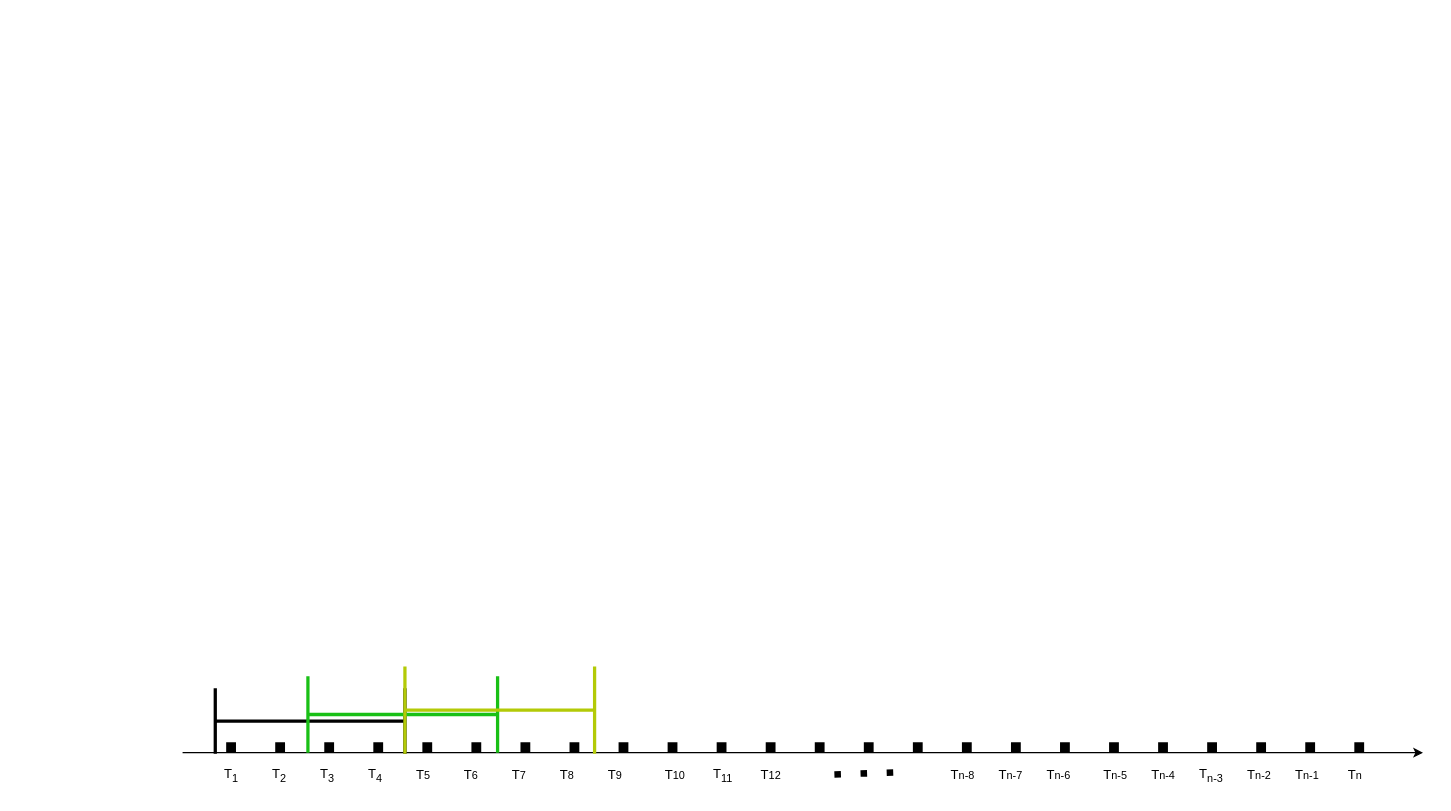
The draw.io diagram page "第 3 页" (3 of 3) of 系统架构图.drawio in LiLiJacky/graphData, before the edit. Source tidied: cells renumbered, new cells numbered last; positions are measured from the earlier drawing's top-left corner, leaving out a move shared by most shapes. Both pictures are drawn from the tidied source at 109%, with x=0, y=0 at pixel (182, 666).
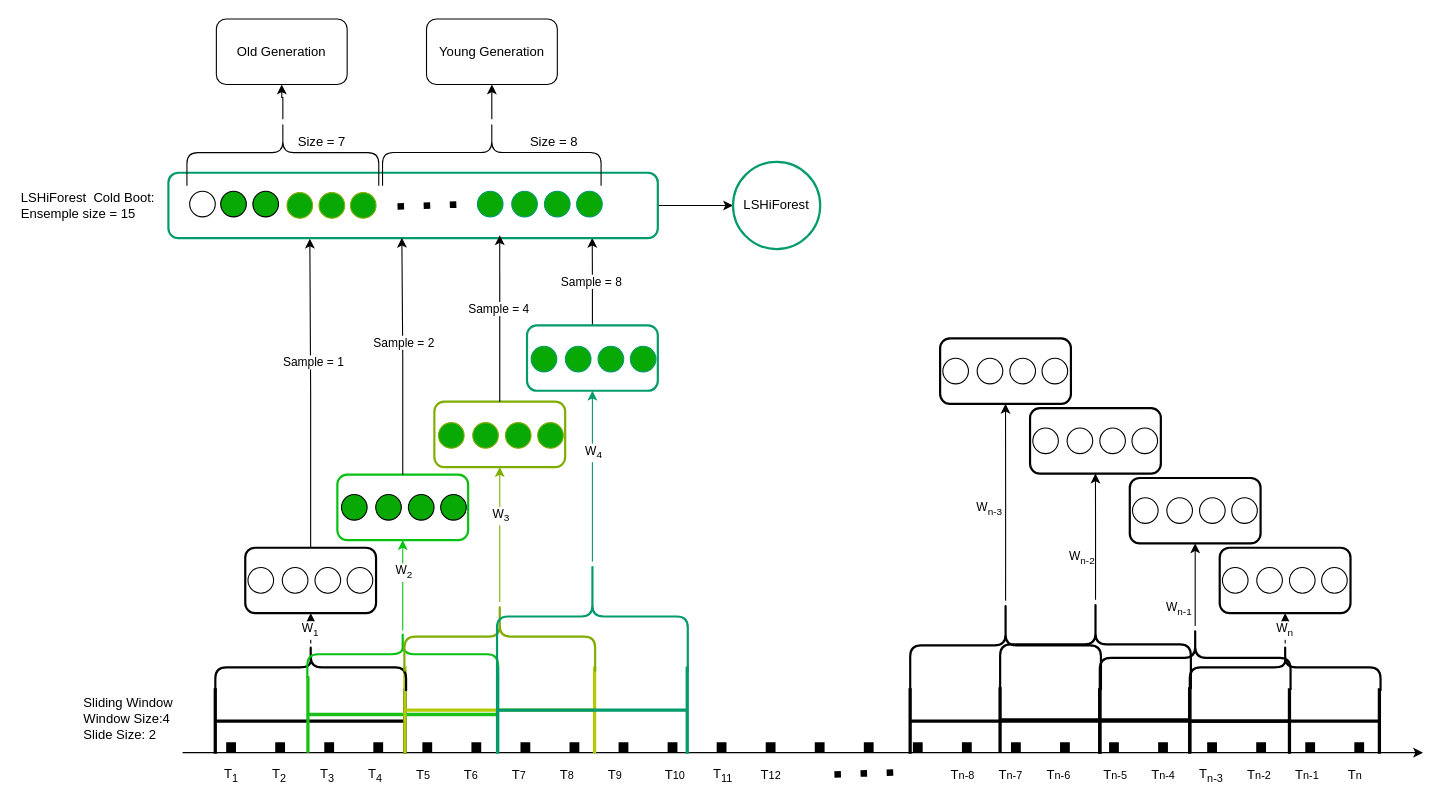
The same page after the edit.

Commit message (it also covers changes not shown here):
更新系统架构图.drawio

The edit, as a diff of the source:
```diff
@@
+    <mxCell id="29" style="edgeStyle=orthogonalEdgeStyle;rounded=0;jettySize=auto;html=1;" parent="1" edge="1" source="31" target="32">
+      <mxGeometry relative="1" as="geometry" />
+    </mxCell>
+    <mxCell id="30" value="W&lt;sub&gt;1&lt;/sub&gt;" style="edgeLabel;html=1;align=center;verticalAlign=middle;" parent="29" vertex="1">
+      <mxGeometry x="-0.36" y="1" relative="1" as="geometry">
+        <mxPoint y="-3" as="offset" />
+      </mxGeometry>
+    </mxCell>
+    <mxCell id="31" style="shape=curlyBracket;whiteSpace=wrap;html=1;rounded=1;labelPosition=left;verticalLabelPosition=middle;align=right;verticalAlign=middle;rotation=90;strokeWidth=2;" parent="1" vertex="1">
+      <mxGeometry x="95.8" y="-86.8" width="43.5" height="175" as="geometry" />
+    </mxCell>
+    <mxCell id="32" style="whiteSpace=wrap;html=1;align=right;rounded=1;strokeWidth=2;" parent="1" vertex="1">
+      <mxGeometry x="57.5" y="-109" width="120" height="60" as="geometry" />
+    </mxCell>
+    <mxCell id="33" style="ellipse;whiteSpace=wrap;html=1;" parent="1" vertex="1">
+      <mxGeometry x="60" y="-90.8" width="23.5" height="23.5" as="geometry" />
+    </mxCell>
+    <mxCell id="34" style="ellipse;whiteSpace=wrap;html=1;" parent="1" vertex="1">
+      <mxGeometry x="91.5" y="-90.8" width="23.5" height="23.5" as="geometry" />
+    </mxCell>
+    <mxCell id="35" style="ellipse;whiteSpace=wrap;html=1;" parent="1" vertex="1">
+      <mxGeometry x="151" y="-90.8" width="23.5" height="23.5" as="geometry" />
+    </mxCell>
+    <mxCell id="36" style="ellipse;whiteSpace=wrap;html=1;" parent="1" vertex="1">
+      <mxGeometry x="121.5" y="-90.8" width="23.5" height="23.5" as="geometry" />
+    </mxCell>
+    <mxCell id="37" style="edgeStyle=orthogonalEdgeStyle;rounded=0;jettySize=auto;html=1;strokeColor=#06c112;" parent="1" edge="1" source="39" target="40">
+      <mxGeometry relative="1" as="geometry" />
+    </mxCell>
+    <mxCell id="38" value="W&lt;sub&gt;2&lt;/sub&gt;" style="edgeLabel;html=1;align=center;verticalAlign=middle;" parent="37" vertex="1">
+      <mxGeometry x="0.26" y="3" relative="1" as="geometry">
+        <mxPoint x="3" y="-1" as="offset" />
+      </mxGeometry>
+    </mxCell>
+    <mxCell id="39" style="shape=curlyBracket;whiteSpace=wrap;html=1;rounded=1;labelPosition=left;verticalLabelPosition=middle;align=right;verticalAlign=middle;rotation=90;strokeWidth=2;strokeColor=#06c112;" parent="1" vertex="1">
+      <mxGeometry x="180.2" y="-98.8" width="43.5" height="175" as="geometry" />
+    </mxCell>
+    <mxCell id="40" style="whiteSpace=wrap;html=1;align=right;rounded=1;strokeWidth=2;strokeColor=#06c112;" parent="1" vertex="1">
+      <mxGeometry x="142" y="-176" width="120" height="60" as="geometry" />
+    </mxCell>
+    <mxCell id="41" style="ellipse;whiteSpace=wrap;html=1;fillColor=#08a805;" parent="1" vertex="1">
+      <mxGeometry x="145.8" y="-157.8" width="23.5" height="23.5" as="geometry" />
+    </mxCell>
+    <mxCell id="42" style="ellipse;whiteSpace=wrap;html=1;fillColor=#08a805;" parent="1" vertex="1">
+      <mxGeometry x="177.2" y="-157.8" width="23.5" height="23.5" as="geometry" />
+    </mxCell>
+    <mxCell id="43" style="ellipse;whiteSpace=wrap;html=1;fillColor=#08a805;" parent="1" vertex="1">
+      <mxGeometry x="236.8" y="-157.8" width="23.5" height="23.5" as="geometry" />
+    </mxCell>
+    <mxCell id="44" style="ellipse;whiteSpace=wrap;html=1;fillColor=#08a805;" parent="1" vertex="1">
+      <mxGeometry x="207.2" y="-157.8" width="23.5" height="23.5" as="geometry" />
+    </mxCell>
+    <mxCell id="45" style="edgeStyle=orthogonalEdgeStyle;rounded=0;jettySize=auto;html=1;strokeColor=#7fad01;" parent="1" edge="1" source="47" target="48">
+      <mxGeometry relative="1" as="geometry" />
+    </mxCell>
+    <mxCell id="46" value="W&lt;sub&gt;3&lt;/sub&gt;" style="edgeLabel;html=1;align=center;verticalAlign=middle;" parent="45" vertex="1">
+      <mxGeometry x="0.26" y="3" relative="1" as="geometry">
+        <mxPoint x="3" y="-1" as="offset" />
+      </mxGeometry>
+    </mxCell>
+    <mxCell id="47" style="shape=curlyBracket;whiteSpace=wrap;html=1;rounded=1;labelPosition=left;verticalLabelPosition=middle;align=right;verticalAlign=middle;rotation=90;strokeWidth=2;strokeColor=#7fad01;" parent="1" vertex="1">
+      <mxGeometry x="259.1" y="-114.9" width="63.8" height="175" as="geometry" />
+    </mxCell>
+    <mxCell id="48" style="whiteSpace=wrap;html=1;align=right;rounded=1;strokeWidth=2;strokeColor=#7fad01;" parent="1" vertex="1">
+      <mxGeometry x="231" y="-243" width="120" height="60" as="geometry" />
+    </mxCell>
+    <mxCell id="49" style="ellipse;whiteSpace=wrap;html=1;fillColor=#08a805;strokeColor=#7fad01;" parent="1" vertex="1">
+      <mxGeometry x="234.8" y="-223.8" width="23.5" height="23.5" as="geometry" />
+    </mxCell>
+    <mxCell id="50" style="ellipse;whiteSpace=wrap;html=1;fillColor=#08a805;strokeColor=#7fad01;" parent="1" vertex="1">
+      <mxGeometry x="266.2" y="-223.8" width="23.5" height="23.5" as="geometry" />
+    </mxCell>
+    <mxCell id="51" style="ellipse;whiteSpace=wrap;html=1;fillColor=#08a805;strokeColor=#7fad01;" parent="1" vertex="1">
+      <mxGeometry x="325.8" y="-223.8" width="23.5" height="23.5" as="geometry" />
+    </mxCell>
+    <mxCell id="52" style="ellipse;whiteSpace=wrap;html=1;fillColor=#08a805;strokeColor=#7fad01;" parent="1" vertex="1">
+      <mxGeometry x="296.2" y="-223.8" width="23.5" height="23.5" as="geometry" />
+    </mxCell>
+    <mxCell id="53" value="&lt;div style=&quot;text-align: left;&quot;&gt;&lt;span style=&quot;background-color: initial;&quot;&gt;Sliding Window&lt;/span&gt;&lt;/div&gt;&lt;div style=&quot;text-align: left;&quot;&gt;&lt;span style=&quot;background-color: initial;&quot;&gt;Window Size:4&lt;/span&gt;&lt;/div&gt;&lt;div style=&quot;text-align: left;&quot;&gt;&lt;span style=&quot;background-color: initial;&quot;&gt;Slide Size: 2&lt;/span&gt;&lt;/div&gt;" style="text;html=1;strokeColor=none;fillColor=none;align=center;verticalAlign=middle;whiteSpace=wrap;rounded=0;" parent="1" vertex="1">
+      <mxGeometry x="-98" y="16" width="97" height="63" as="geometry" />
+    </mxCell>
+    <mxCell id="54" style="shape=crossbar;whiteSpace=wrap;html=1;rounded=1;strokeWidth=3;strokeColor=#039b6d;" parent="1" vertex="1">
+      <mxGeometry x="289" width="174" height="80" as="geometry" />
+    </mxCell>
+    <mxCell id="55" style="edgeStyle=orthogonalEdgeStyle;rounded=0;jettySize=auto;html=1;strokeColor=#039b6d;" parent="1" edge="1" source="57" target="60">
+      <mxGeometry relative="1" as="geometry" />
+    </mxCell>
+    <mxCell id="56" value="W&lt;sub&gt;4&lt;/sub&gt;" style="edgeLabel;html=1;align=center;verticalAlign=middle;" parent="55" vertex="1">
+      <mxGeometry x="0.26" y="3" relative="1" as="geometry">
+        <mxPoint x="3" y="-1" as="offset" />
+      </mxGeometry>
+    </mxCell>
+    <mxCell id="57" style="shape=curlyBracket;whiteSpace=wrap;html=1;rounded=1;labelPosition=left;verticalLabelPosition=middle;align=right;verticalAlign=middle;rotation=90;strokeWidth=2;strokeColor=#039b6d;" parent="1" vertex="1">
+      <mxGeometry x="325.6" y="-133.4" width="100.8" height="175" as="geometry" />
+    </mxCell>
+    <mxCell id="58" style="edgeStyle=orthogonalEdgeStyle;rounded=0;jettySize=auto;html=1;entryX=0.866;entryY=0.995;entryDx=0;entryDy=0;entryPerimeter=0;" parent="1" edge="1" source="60" target="66">
+      <mxGeometry relative="1" as="geometry" />
+    </mxCell>
+    <mxCell id="59" value="Sample = 8" style="edgeLabel;html=1;align=center;verticalAlign=middle;" parent="58" vertex="1">
+      <mxGeometry x="0.02" y="1" relative="1" as="geometry" />
+    </mxCell>
+    <mxCell id="60" style="whiteSpace=wrap;html=1;align=right;rounded=1;strokeWidth=2;strokeColor=#039b6d;" parent="1" vertex="1">
+      <mxGeometry x="316" y="-313" width="120" height="60" as="geometry" />
+    </mxCell>
+    <mxCell id="61" style="ellipse;whiteSpace=wrap;html=1;fillColor=#08a805;strokeColor=#039b6d;" parent="1" vertex="1">
+      <mxGeometry x="319.8" y="-293.8" width="23.5" height="23.5" as="geometry" />
+    </mxCell>
+    <mxCell id="62" style="ellipse;whiteSpace=wrap;html=1;fillColor=#08a805;strokeColor=#039b6d;" parent="1" vertex="1">
+      <mxGeometry x="351.2" y="-293.8" width="23.5" height="23.5" as="geometry" />
+    </mxCell>
+    <mxCell id="63" style="ellipse;whiteSpace=wrap;html=1;fillColor=#08a805;strokeColor=#039b6d;" parent="1" vertex="1">
+      <mxGeometry x="410.8" y="-293.8" width="23.5" height="23.5" as="geometry" />
+    </mxCell>
+    <mxCell id="64" style="ellipse;whiteSpace=wrap;html=1;fillColor=#08a805;strokeColor=#039b6d;" parent="1" vertex="1">
+      <mxGeometry x="381.2" y="-293.8" width="23.5" height="23.5" as="geometry" />
+    </mxCell>
+    <mxCell id="65" style="edgeStyle=orthogonalEdgeStyle;rounded=0;jettySize=auto;html=1;" parent="1" edge="1" source="66" target="93">
+      <mxGeometry relative="1" as="geometry" />
+    </mxCell>
+    <mxCell id="66" style="whiteSpace=wrap;html=1;align=right;rounded=1;strokeWidth=2;strokeColor=#039b6d;" parent="1" vertex="1">
+      <mxGeometry x="-13" y="-453" width="449" height="60" as="geometry" />
+    </mxCell>
+    <mxCell id="67" style="edgeStyle=orthogonalEdgeStyle;rounded=0;jettySize=auto;html=1;exitX=0.5;exitY=0;exitDx=0;exitDy=0;entryX=0.677;entryY=0.956;entryDx=0;entryDy=0;entryPerimeter=0;" parent="1" edge="1" source="48" target="66">
+      <mxGeometry relative="1" as="geometry" />
+    </mxCell>
+    <mxCell id="68" value="Sample = 4" style="edgeLabel;html=1;align=center;verticalAlign=middle;" parent="67" vertex="1">
+      <mxGeometry x="0.13" y="1" relative="1" as="geometry" />
+    </mxCell>
+    <mxCell id="69" style="edgeStyle=orthogonalEdgeStyle;rounded=0;jettySize=auto;html=1;entryX=0.477;entryY=0.995;entryDx=0;entryDy=0;entryPerimeter=0;" parent="1" edge="1" source="40" target="66">
+      <mxGeometry relative="1" as="geometry" />
+    </mxCell>
+    <mxCell id="70" value="Sample = 2" style="edgeLabel;html=1;align=center;verticalAlign=middle;" parent="69" vertex="1">
+      <mxGeometry x="0.12" y="-1" relative="1" as="geometry" />
+    </mxCell>
+    <mxCell id="71" style="edgeStyle=orthogonalEdgeStyle;rounded=0;jettySize=auto;html=1;entryX=0.289;entryY=1.008;entryDx=0;entryDy=0;entryPerimeter=0;" parent="1" edge="1" source="32" target="66">
+      <mxGeometry relative="1" as="geometry" />
+    </mxCell>
+    <mxCell id="72" value="Sample = 1" style="edgeLabel;html=1;align=center;verticalAlign=middle;" parent="71" vertex="1">
+      <mxGeometry x="0.2" y="-3" relative="1" as="geometry" />
+    </mxCell>
+    <mxCell id="73" style="ellipse;whiteSpace=wrap;html=1;" parent="1" vertex="1">
+      <mxGeometry x="6.5" y="-436" width="23.5" height="23.5" as="geometry" />
+    </mxCell>
+    <mxCell id="74" style="ellipse;whiteSpace=wrap;html=1;fillColor=#08a805;" parent="1" vertex="1">
+      <mxGeometry x="64.5" y="-436" width="23.5" height="23.5" as="geometry" />
+    </mxCell>
+    <mxCell id="75" style="ellipse;whiteSpace=wrap;html=1;fillColor=#08a805;" parent="1" vertex="1">
+      <mxGeometry x="35" y="-436" width="23.5" height="23.5" as="geometry" />
+    </mxCell>
+    <mxCell id="76" style="ellipse;whiteSpace=wrap;html=1;fillColor=#08a805;strokeColor=#7fad01;" parent="1" vertex="1">
+      <mxGeometry x="125.2" y="-434.8" width="23.5" height="23.5" as="geometry" />
+    </mxCell>
+    <mxCell id="77" style="ellipse;whiteSpace=wrap;html=1;fillColor=#08a805;strokeColor=#7fad01;" parent="1" vertex="1">
+      <mxGeometry x="95.8" y="-434.8" width="23.5" height="23.5" as="geometry" />
+    </mxCell>
+    <mxCell id="78" style="ellipse;whiteSpace=wrap;html=1;fillColor=#08a805;strokeColor=#039b6d;" parent="1" vertex="1">
+      <mxGeometry x="270.5" y="-436" width="23.5" height="23.5" as="geometry" />
+    </mxCell>
+    <mxCell id="79" style="ellipse;whiteSpace=wrap;html=1;fillColor=#08a805;strokeColor=#039b6d;" parent="1" vertex="1">
+      <mxGeometry x="302" y="-436" width="23.5" height="23.5" as="geometry" />
+    </mxCell>
+    <mxCell id="80" style="ellipse;whiteSpace=wrap;html=1;fillColor=#08a805;strokeColor=#039b6d;" parent="1" vertex="1">
+      <mxGeometry x="361.5" y="-436" width="23.5" height="23.5" as="geometry" />
+    </mxCell>
+    <mxCell id="81" style="ellipse;whiteSpace=wrap;html=1;fillColor=#08a805;strokeColor=#039b6d;" parent="1" vertex="1">
+      <mxGeometry x="332" y="-436" width="23.5" height="23.5" as="geometry" />
+    </mxCell>
+    <mxCell id="82" style="ellipse;whiteSpace=wrap;html=1;fillColor=#08a805;strokeColor=#7fad01;" parent="1" vertex="1">
+      <mxGeometry x="154" y="-434.8" width="23.5" height="23.5" as="geometry" />
+    </mxCell>
+    <mxCell id="83" style="endArrow=none;dashed=1;html=1;dashPattern=1 3;strokeWidth=6;rounded=0;" parent="1" edge="1">
+      <mxGeometry relative="1" as="geometry">
+        <mxPoint x="197.2" y="-422" as="sourcePoint" />
+        <mxPoint x="258.2" y="-424" as="targetPoint" />
+      </mxGeometry>
+    </mxCell>
+    <mxCell id="84" value="LSHiForest&amp;nbsp; Cold Boot:&lt;br&gt;Ensemple size = 15" style="text;html=1;strokeColor=none;fillColor=none;align=left;verticalAlign=middle;whiteSpace=wrap;rounded=0;" parent="1" vertex="1">
+      <mxGeometry x="-150" y="-438" width="284" height="30" as="geometry" />
+    </mxCell>
+    <mxCell id="85" style="edgeStyle=orthogonalEdgeStyle;rounded=0;jettySize=auto;html=1;" parent="1" edge="1" source="86" target="87">
+      <mxGeometry relative="1" as="geometry" />
+    </mxCell>
+    <mxCell id="86" style="shape=curlyBracket;whiteSpace=wrap;html=1;rounded=1;labelPosition=left;verticalLabelPosition=middle;align=right;verticalAlign=middle;rotation=90;" parent="1" vertex="1">
+      <mxGeometry x="61.5" y="-559.5" width="61" height="176" as="geometry" />
+    </mxCell>
+    <mxCell id="87" value="Old Generation" style="whiteSpace=wrap;html=1;align=center;rounded=1;" parent="1" vertex="1">
+      <mxGeometry x="31" y="-594" width="120" height="60" as="geometry" />
+    </mxCell>
+    <mxCell id="88" style="edgeStyle=orthogonalEdgeStyle;rounded=0;jettySize=auto;html=1;" parent="1" edge="1" source="89" target="90">
+      <mxGeometry relative="1" as="geometry" />
+    </mxCell>
+    <mxCell id="89" style="shape=curlyBracket;whiteSpace=wrap;html=1;rounded=1;labelPosition=left;verticalLabelPosition=middle;align=right;verticalAlign=middle;rotation=90;" parent="1" vertex="1">
+      <mxGeometry x="253.2" y="-571.8" width="61" height="200.5" as="geometry" />
+    </mxCell>
+    <mxCell id="90" value="Young Generation" style="whiteSpace=wrap;html=1;align=center;rounded=1;" parent="1" vertex="1">
+      <mxGeometry x="223.8" y="-594" width="120" height="60" as="geometry" />
+    </mxCell>
+    <mxCell id="91" value="Size = 7" style="text;html=1;strokeColor=none;fillColor=none;align=center;verticalAlign=middle;whiteSpace=wrap;rounded=0;" parent="1" vertex="1">
+      <mxGeometry x="98" y="-496" width="60" height="30" as="geometry" />
+    </mxCell>
+    <mxCell id="92" value="Size = 8" style="text;html=1;strokeColor=none;fillColor=none;align=center;verticalAlign=middle;whiteSpace=wrap;rounded=0;" parent="1" vertex="1">
+      <mxGeometry x="311" y="-496" width="60" height="30" as="geometry" />
+    </mxCell>
+    <mxCell id="93" value="LSHiForest" style="ellipse;whiteSpace=wrap;html=1;align=center;strokeColor=#039b6d;rounded=1;strokeWidth=2;" parent="1" vertex="1">
+      <mxGeometry x="505" y="-463" width="80" height="80" as="geometry" />
+    </mxCell>
+    <mxCell id="94" style="shape=crossbar;whiteSpace=wrap;html=1;rounded=1;strokeWidth=3;" parent="1" vertex="1">
+      <mxGeometry x="924" y="20" width="174" height="60" as="geometry" />
+    </mxCell>
+    <mxCell id="95" style="edgeStyle=orthogonalEdgeStyle;rounded=0;jettySize=auto;html=1;" parent="1" edge="1" source="97" target="98">
+      <mxGeometry relative="1" as="geometry" />
+    </mxCell>
+    <mxCell id="96" value="W&lt;sub&gt;n&lt;/sub&gt;" style="edgeLabel;html=1;align=center;verticalAlign=middle;" parent="95" vertex="1">
+      <mxGeometry x="-0.36" y="1" relative="1" as="geometry">
+        <mxPoint y="-3" as="offset" />
+      </mxGeometry>
+    </mxCell>
+    <mxCell id="97" style="shape=curlyBracket;whiteSpace=wrap;html=1;rounded=1;labelPosition=left;verticalLabelPosition=middle;align=right;verticalAlign=middle;rotation=90;strokeWidth=2;" parent="1" vertex="1">
+      <mxGeometry x="989.8" y="-86.8" width="43.5" height="175" as="geometry" />
+    </mxCell>
+    <mxCell id="98" style="whiteSpace=wrap;html=1;align=right;rounded=1;strokeWidth=2;" parent="1" vertex="1">
+      <mxGeometry x="951.5" y="-109" width="120" height="60" as="geometry" />
+    </mxCell>
+    <mxCell id="99" style="ellipse;whiteSpace=wrap;html=1;" parent="1" vertex="1">
+      <mxGeometry x="954" y="-90.8" width="23.5" height="23.5" as="geometry" />
+    </mxCell>
+    <mxCell id="100" style="ellipse;whiteSpace=wrap;html=1;" parent="1" vertex="1">
+      <mxGeometry x="985.5" y="-90.8" width="23.5" height="23.5" as="geometry" />
+    </mxCell>
+    <mxCell id="101" style="ellipse;whiteSpace=wrap;html=1;" parent="1" vertex="1">
+      <mxGeometry x="1045" y="-90.8" width="23.5" height="23.5" as="geometry" />
+    </mxCell>
+    <mxCell id="102" style="ellipse;whiteSpace=wrap;html=1;" parent="1" vertex="1">
+      <mxGeometry x="1015.5" y="-90.8" width="23.5" height="23.5" as="geometry" />
+    </mxCell>
+    <mxCell id="103" style="shape=crossbar;whiteSpace=wrap;html=1;rounded=1;strokeWidth=3;" parent="1" vertex="1">
+      <mxGeometry x="841.5" y="20" width="174" height="60" as="geometry" />
+    </mxCell>
+    <mxCell id="104" value="W&lt;sub&gt;n-1&lt;/sub&gt;" style="edgeLabel;html=1;align=center;verticalAlign=middle;" parent="1" vertex="1">
+      <mxGeometry x="920" y="-27.4" as="geometry">
+        <mxPoint x="-7" y="-25" as="offset" />
+      </mxGeometry>
+    </mxCell>
+    <mxCell id="105" style="edgeStyle=orthogonalEdgeStyle;rounded=0;jettySize=auto;html=1;" parent="1" edge="1" source="106" target="107">
+      <mxGeometry relative="1" as="geometry" />
+    </mxCell>
+    <mxCell id="106" style="shape=curlyBracket;whiteSpace=wrap;html=1;rounded=1;labelPosition=left;verticalLabelPosition=middle;align=right;verticalAlign=middle;rotation=90;strokeWidth=2;" parent="1" vertex="1">
+      <mxGeometry x="899.6" y="-95.4" width="58.8" height="175" as="geometry" />
+    </mxCell>
+    <mxCell id="107" style="whiteSpace=wrap;html=1;align=right;rounded=1;strokeWidth=2;" parent="1" vertex="1">
+      <mxGeometry x="869" y="-173" width="120" height="60" as="geometry" />
+    </mxCell>
+    <mxCell id="108" style="ellipse;whiteSpace=wrap;html=1;" parent="1" vertex="1">
+      <mxGeometry x="871.5" y="-154.8" width="23.5" height="23.5" as="geometry" />
+    </mxCell>
+    <mxCell id="109" style="ellipse;whiteSpace=wrap;html=1;" parent="1" vertex="1">
+      <mxGeometry x="903" y="-154.8" width="23.5" height="23.5" as="geometry" />
+    </mxCell>
+    <mxCell id="110" style="ellipse;whiteSpace=wrap;html=1;" parent="1" vertex="1">
+      <mxGeometry x="962.5" y="-154.8" width="23.5" height="23.5" as="geometry" />
+    </mxCell>
+    <mxCell id="111" style="ellipse;whiteSpace=wrap;html=1;" parent="1" vertex="1">
+      <mxGeometry x="933" y="-154.8" width="23.5" height="23.5" as="geometry" />
+    </mxCell>
+    <mxCell id="112" style="shape=crossbar;whiteSpace=wrap;html=1;rounded=1;strokeWidth=3;" parent="1" vertex="1">
+      <mxGeometry x="750" y="19" width="174" height="60" as="geometry" />
+    </mxCell>
+    <mxCell id="113" style="edgeStyle=orthogonalEdgeStyle;rounded=0;jettySize=auto;html=1;" parent="1" edge="1" source="114" target="115">
+      <mxGeometry relative="1" as="geometry" />
+    </mxCell>
+    <mxCell id="114" style="shape=curlyBracket;whiteSpace=wrap;html=1;rounded=1;labelPosition=left;verticalLabelPosition=middle;align=right;verticalAlign=middle;rotation=90;strokeWidth=2;" parent="1" vertex="1">
+      <mxGeometry x="796.6" y="-107.9" width="81.9" height="175" as="geometry" />
+    </mxCell>
+    <mxCell id="115" style="whiteSpace=wrap;html=1;align=right;rounded=1;strokeWidth=2;" parent="1" vertex="1">
+      <mxGeometry x="777.5" y="-237" width="120" height="60" as="geometry" />
+    </mxCell>
+    <mxCell id="116" style="ellipse;whiteSpace=wrap;html=1;" parent="1" vertex="1">
+      <mxGeometry x="780" y="-218.8" width="23.5" height="23.5" as="geometry" />
+    </mxCell>
+    <mxCell id="117" style="ellipse;whiteSpace=wrap;html=1;" parent="1" vertex="1">
+      <mxGeometry x="811.5" y="-218.8" width="23.5" height="23.5" as="geometry" />
+    </mxCell>
+    <mxCell id="118" style="ellipse;whiteSpace=wrap;html=1;" parent="1" vertex="1">
+      <mxGeometry x="871" y="-218.8" width="23.5" height="23.5" as="geometry" />
+    </mxCell>
+    <mxCell id="119" style="ellipse;whiteSpace=wrap;html=1;" parent="1" vertex="1">
+      <mxGeometry x="841.5" y="-218.8" width="23.5" height="23.5" as="geometry" />
+    </mxCell>
+    <mxCell id="120" value="W&lt;sub&gt;n-2&lt;/sub&gt;" style="edgeLabel;html=1;align=center;verticalAlign=middle;" parent="1" vertex="1">
+      <mxGeometry x="831" y="-75" as="geometry">
+        <mxPoint x="-7" y="-25" as="offset" />
+      </mxGeometry>
+    </mxCell>
+    <mxCell id="121" style="shape=crossbar;whiteSpace=wrap;html=1;rounded=1;strokeWidth=3;" parent="1" vertex="1">
+      <mxGeometry x="667.5" y="20" width="174" height="60" as="geometry" />
+    </mxCell>
+    <mxCell id="122" style="edgeStyle=orthogonalEdgeStyle;rounded=0;jettySize=auto;html=1;" parent="1" edge="1" source="123" target="124">
+      <mxGeometry relative="1" as="geometry" />
+    </mxCell>
+    <mxCell id="123" style="shape=curlyBracket;whiteSpace=wrap;html=1;rounded=1;labelPosition=left;verticalLabelPosition=middle;align=right;verticalAlign=middle;rotation=90;strokeWidth=2;" parent="1" vertex="1">
+      <mxGeometry x="714.1" y="-106.9" width="81.9" height="175" as="geometry" />
+    </mxCell>
+    <mxCell id="124" style="whiteSpace=wrap;html=1;align=right;rounded=1;strokeWidth=2;" parent="1" vertex="1">
+      <mxGeometry x="695" y="-301" width="120" height="60" as="geometry" />
+    </mxCell>
+    <mxCell id="125" style="ellipse;whiteSpace=wrap;html=1;" parent="1" vertex="1">
+      <mxGeometry x="697.5" y="-282.8" width="23.5" height="23.5" as="geometry" />
+    </mxCell>
+    <mxCell id="126" style="ellipse;whiteSpace=wrap;html=1;" parent="1" vertex="1">
+      <mxGeometry x="729" y="-282.8" width="23.5" height="23.5" as="geometry" />
+    </mxCell>
+    <mxCell id="127" style="ellipse;whiteSpace=wrap;html=1;" parent="1" vertex="1">
+      <mxGeometry x="788.5" y="-282.8" width="23.5" height="23.5" as="geometry" />
+    </mxCell>
+    <mxCell id="128" style="ellipse;whiteSpace=wrap;html=1;" parent="1" vertex="1">
+      <mxGeometry x="759" y="-282.8" width="23.5" height="23.5" as="geometry" />
+    </mxCell>
+    <mxCell id="129" value="W&lt;sub&gt;n-3&lt;/sub&gt;" style="edgeLabel;html=1;align=center;verticalAlign=middle;" parent="1" vertex="1">
+      <mxGeometry x="746" y="-120" as="geometry">
+        <mxPoint x="-7" y="-25" as="offset" />
+      </mxGeometry>
+    </mxCell>
```
